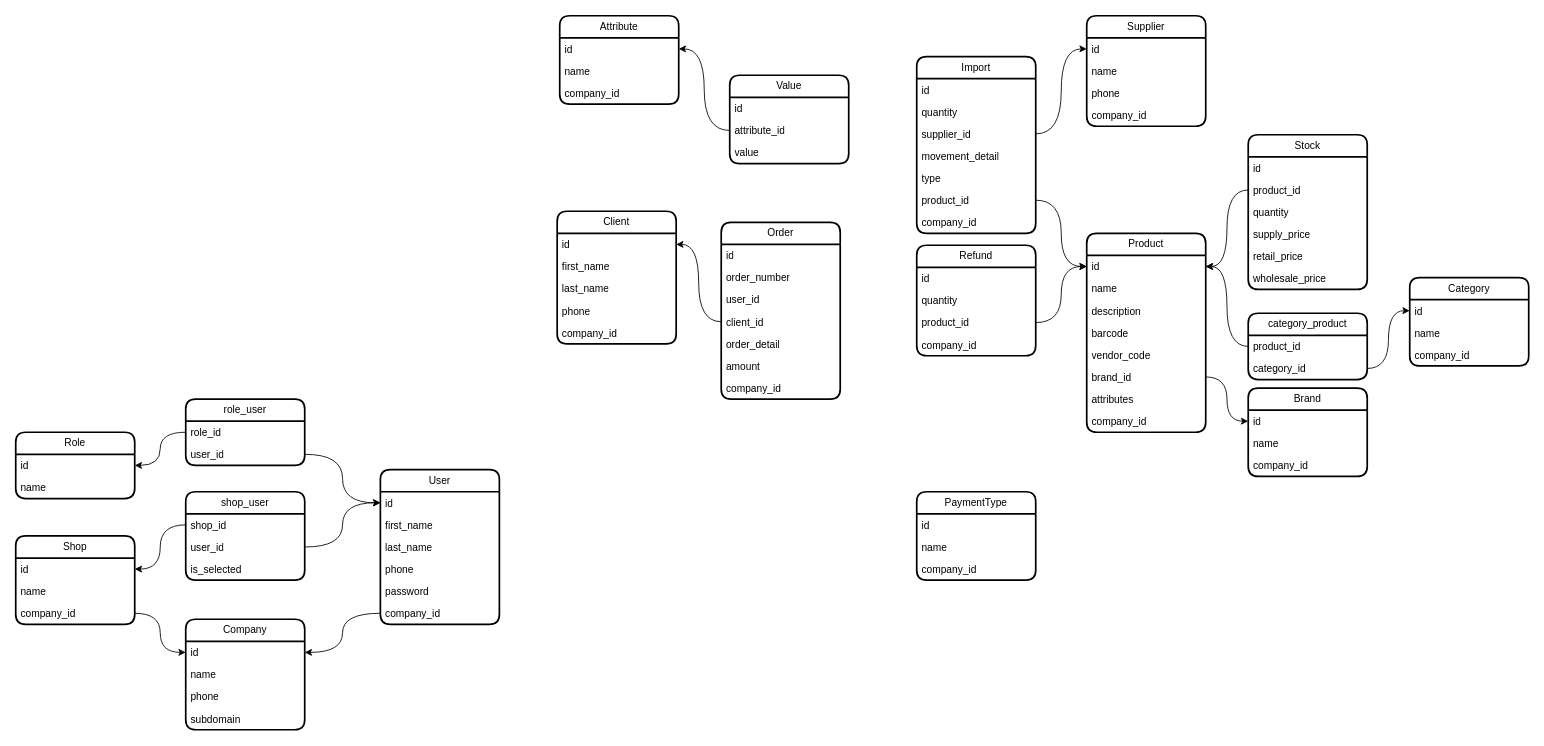
Above: page "v3" (1 of 3) of karsoft-wsm.drawio in iztileuoff/databases (draw.io), before the change. Source tidied: cells renumbered, new cells numbered last; positions are measured from the earlier drawing's top-left corner, leaving out a move shared by most shapes. Both pictures are drawn from the tidied source at 85%, with x=0, y=0 at pixel (15, 15).
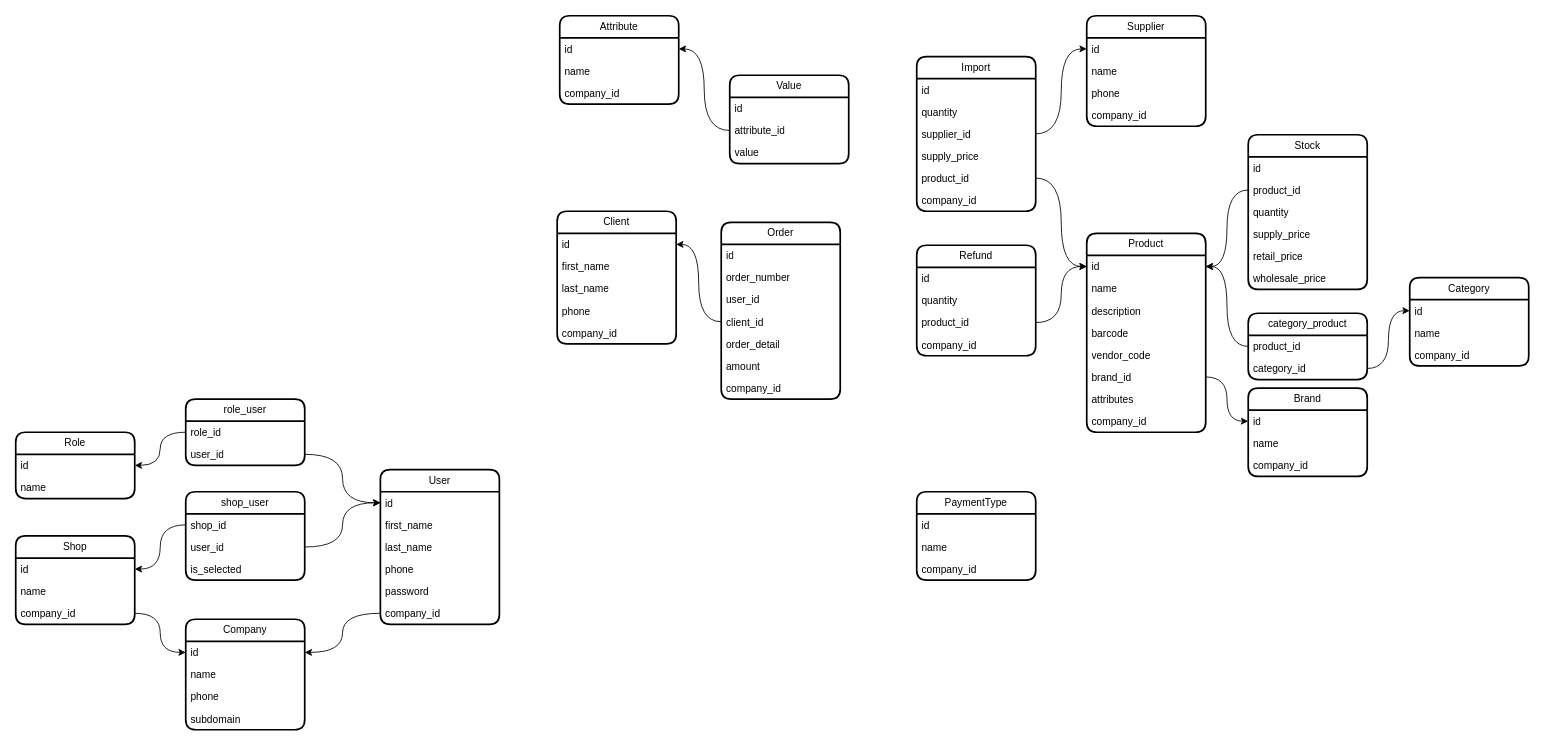
The same diagram, later.

Diff of the diagram source:
```diff
@@
     <mxCell id="46" value="Import" style="swimlane;fontStyle=0;horizontal=1;startSize=26;fillColor=none;whiteSpace=wrap;html=1;rounded=1;shadow=0;glass=0;strokeWidth=2;" parent="1" vertex="1">
-      <mxGeometry x="1060" y="48" width="140" height="208" as="geometry" />
+      <mxGeometry x="1060" y="48" width="140" height="182" as="geometry" />
     </mxCell>
@@
-    <mxCell id="50" value="movement_detail" style="text;strokeColor=none;fillColor=none;align=left;verticalAlign=top;spacingLeft=4;spacingRight=4;overflow=hidden;whiteSpace=wrap;html=1;" parent="46" vertex="1">
+    <mxCell id="50" value="supply_price" style="text;strokeColor=none;fillColor=none;align=left;verticalAlign=top;spacingLeft=4;spacingRight=4;overflow=hidden;whiteSpace=wrap;html=1;" parent="46" vertex="1">
       <mxGeometry y="104" width="140" height="26" as="geometry" />
     </mxCell>
-    <mxCell id="51" value="type" style="text;strokeColor=none;fillColor=none;align=left;verticalAlign=top;spacingLeft=4;spacingRight=4;overflow=hidden;whiteSpace=wrap;html=1;" parent="46" vertex="1">
-      <mxGeometry y="130" width="140" height="26" as="geometry" />
-    </mxCell>
     <mxCell id="52" value="product_id" style="text;strokeColor=none;fillColor=none;align=left;verticalAlign=top;spacingLeft=4;spacingRight=4;overflow=hidden;points=[[0,0.5],[1,0.5]];portConstraint=eastwest;whiteSpace=wrap;html=1;" parent="46" vertex="1">
-      <mxGeometry y="156" width="140" height="26" as="geometry" />
+      <mxGeometry y="130" width="140" height="26" as="geometry" />
     </mxCell>
     <mxCell id="53" value="company_id" style="text;strokeColor=none;fillColor=none;align=left;verticalAlign=top;spacingLeft=4;spacingRight=4;overflow=hidden;whiteSpace=wrap;html=1;" parent="46" vertex="1">
-      <mxGeometry y="182" width="140" height="26" as="geometry" />
+      <mxGeometry y="156" width="140" height="26" as="geometry" />
     </mxCell>
```
